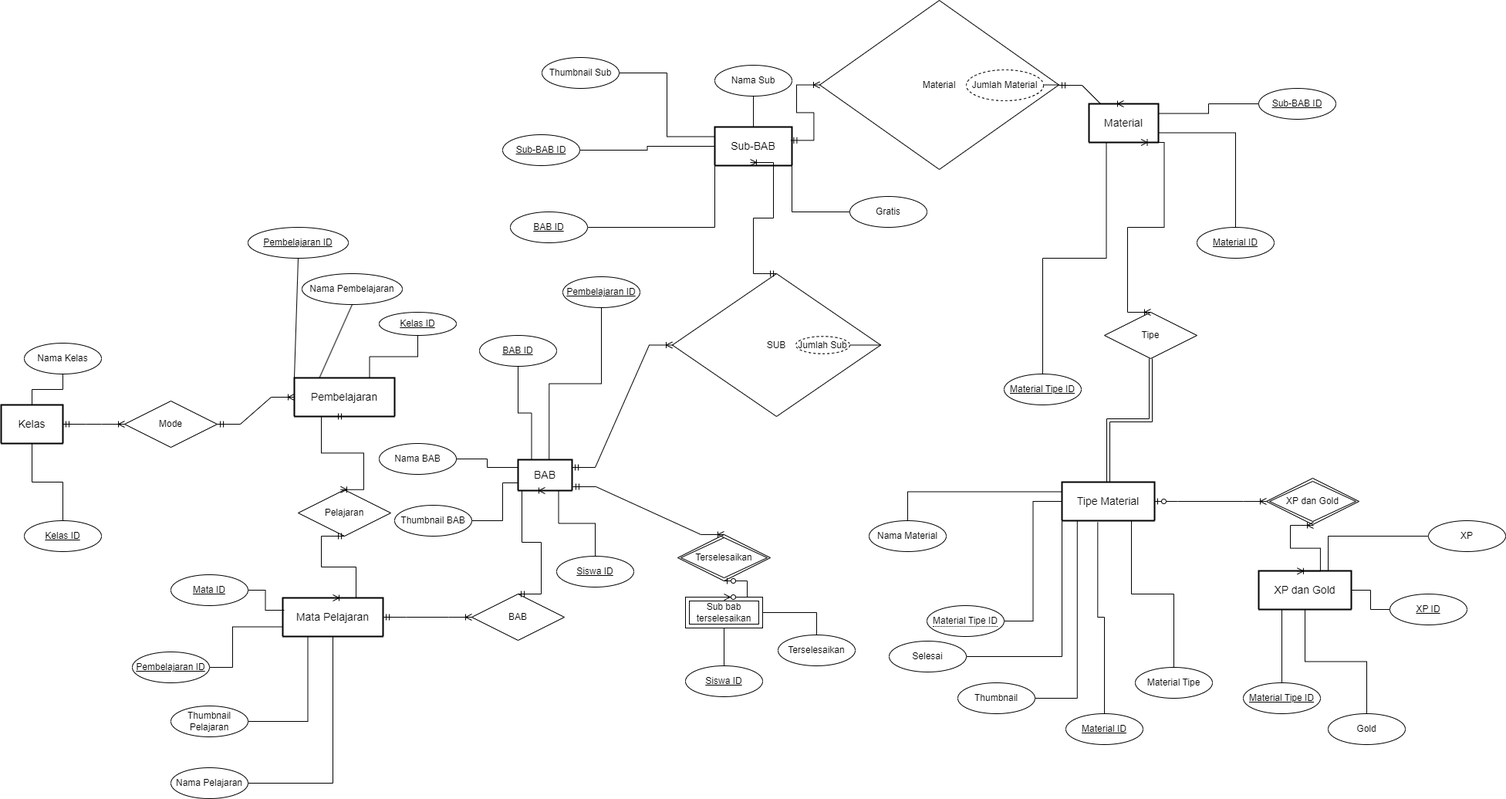
This is tugasDatabase.drawio.png from ardy-yusuf-wibawa/React-Bookbuzz, a draw.io export, as it was before one commit. Source tidied: cells renumbered, new cells last; positions are measured from the earlier drawing's top-left corner, leaving out a move shared by most shapes.
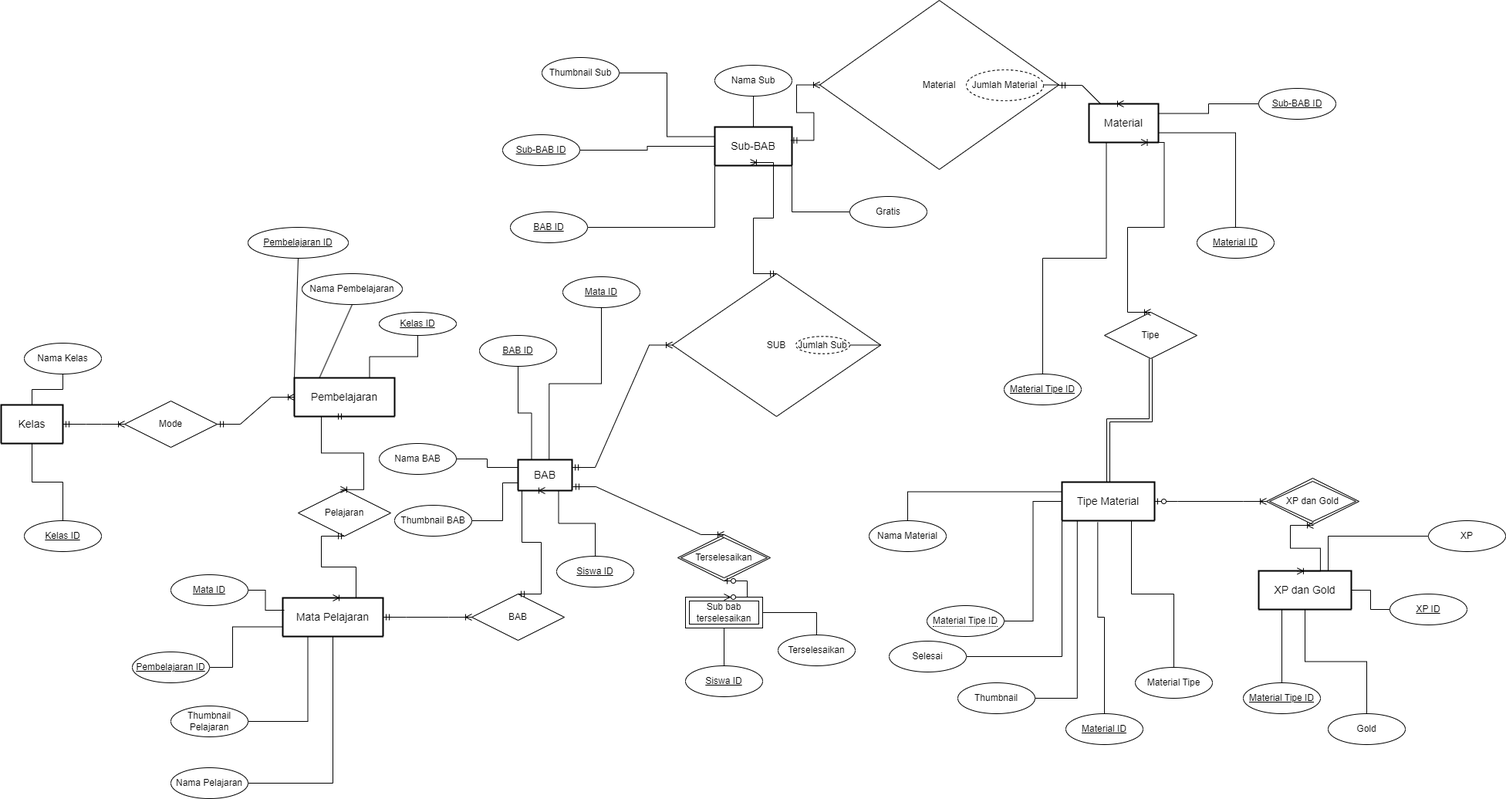
After the change.

Diff of the diagram source:
```diff
@@ -91,7 +91,7 @@
     <mxCell id="29" value="&lt;u&gt;BAB ID&lt;/u&gt;" style="ellipse;whiteSpace=wrap;html=1;align=center;" parent="1" vertex="1">
       <mxGeometry x="620" y="434" width="100" height="40" as="geometry" />
     </mxCell>
-    <mxCell id="30" value="&lt;u&gt;Pembelajaran ID&lt;/u&gt;" style="ellipse;whiteSpace=wrap;html=1;align=center;" parent="1" vertex="1">
+    <mxCell id="30" value="&lt;u&gt;Mata ID&lt;/u&gt;" style="ellipse;whiteSpace=wrap;html=1;align=center;" parent="1" vertex="1">
       <mxGeometry x="728" y="358" width="100" height="40" as="geometry" />
     </mxCell>
     <mxCell id="31" value="Nama BAB" style="ellipse;whiteSpace=wrap;html=1;align=center;" parent="1" vertex="1">
```
